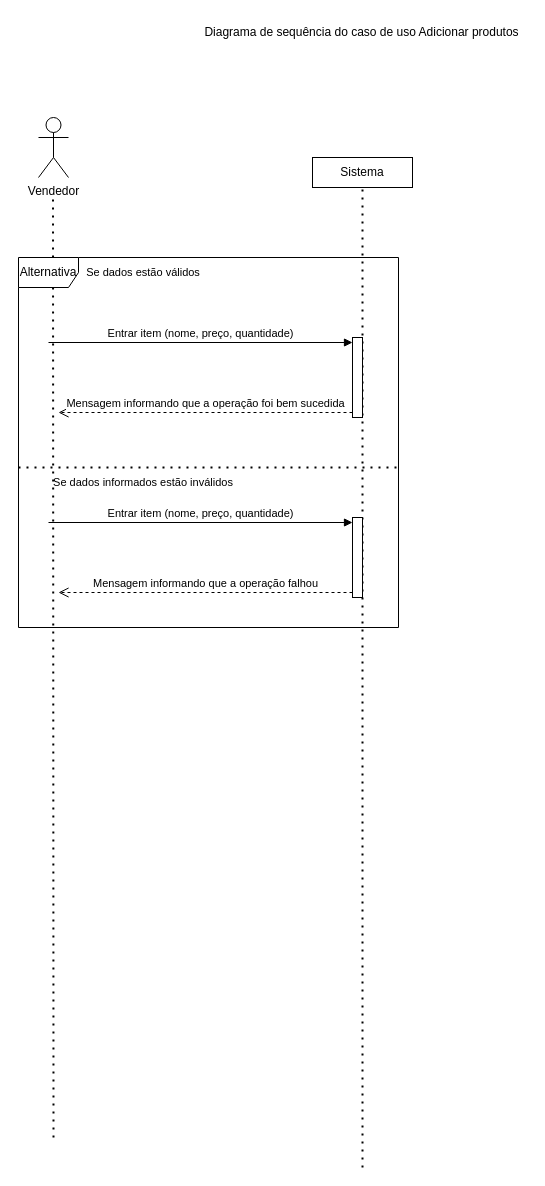
The draw.io diagram CASOS_DE_USO/DIAGRAMAS_SEQUENCIA/dss_adicionar_produto.drawio in guifrazao/PROJETO_ESW1, before the edit. Source tidied: cells renumbered, new cells numbered last; positions are measured from the earlier drawing's top-left corner, leaving out a move shared by most shapes. Both pictures are drawn from the tidied source at 100%, with x=0, y=0 at pixel (18, 17).
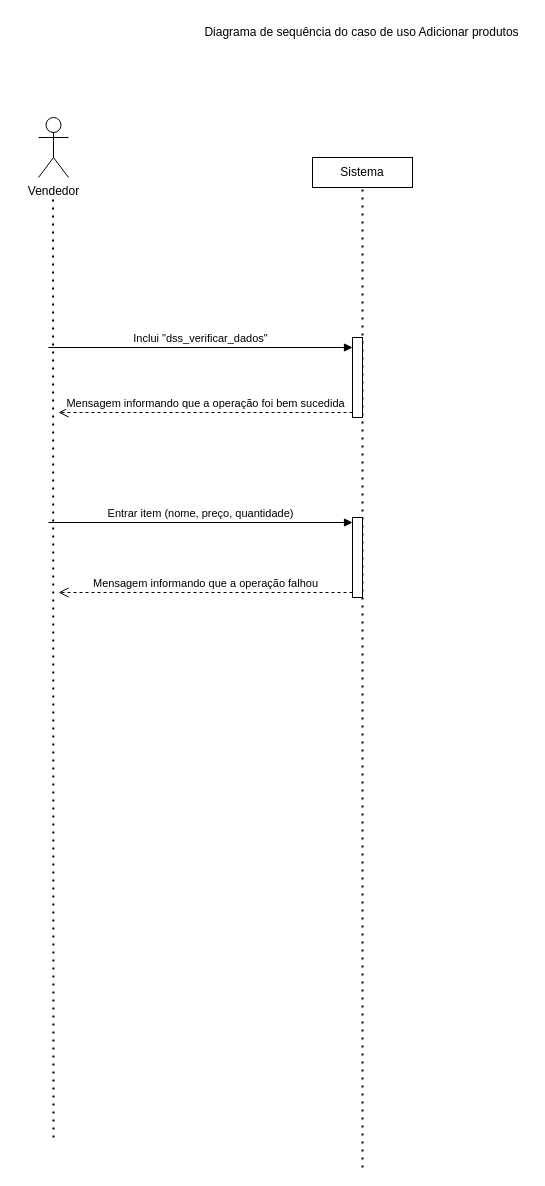
Above is the later version.

Unchanged cells that the change refers to:
```xml
<mxCell id="7" style="html=1;points=[[0,0,0,0,5],[0,1,0,0,-5],[1,0,0,0,5],[1,1,0,0,-5]];perimeter=orthogonalPerimeter;outlineConnect=0;targetShapes=umlLifeline;portConstraint=eastwest;newEdgeStyle={&quot;curved&quot;:0,&quot;rounded&quot;:0};" parent="1" vertex="1">
  <mxGeometry x="334" y="320" width="10" height="80" as="geometry" />
</mxCell>
```

The edit, as a diff of the source:
```diff
@@
-    <mxCell id="8" value="Entrar item (nome, preço, quantidade)" style="html=1;verticalAlign=bottom;endArrow=block;curved=0;rounded=0;entryX=0;entryY=0;entryDx=0;entryDy=5;" parent="1" edge="1" target="7">
-      <mxGeometry relative="1" as="geometry">
-        <mxPoint x="30" y="325" as="sourcePoint" />
-      </mxGeometry>
-    </mxCell>
@@
-    <mxCell id="10" value="Alternativa" style="shape=umlFrame;whiteSpace=wrap;html=1;" parent="1" vertex="1">
-      <mxGeometry y="240" width="380" height="370" as="geometry" />
-    </mxCell>
-    <mxCell id="11" value="&lt;font style=&quot;font-size: 11px;&quot;&gt;Se dados estão válidos&lt;/font&gt;" style="text;html=1;align=center;verticalAlign=middle;whiteSpace=wrap;rounded=0;" parent="1" vertex="1">
-      <mxGeometry x="60" y="240" width="130" height="30" as="geometry" />
-    </mxCell>
@@
-    <mxCell id="15" style="endArrow=none;dashed=1;html=1;dashPattern=1 3;strokeWidth=2;rounded=0;entryX=1;entryY=0.649;entryDx=0;entryDy=0;entryPerimeter=0;" parent="1" edge="1">
-      <mxGeometry relative="1" as="geometry">
-        <mxPoint y="450" as="sourcePoint" />
-        <mxPoint x="380" y="450.1" as="targetPoint" />
-      </mxGeometry>
-    </mxCell>
-    <mxCell id="16" value="&lt;span style=&quot;font-size: 11px;&quot;&gt;Se dados informados estão inválidos&lt;/span&gt;" style="text;html=1;align=center;verticalAlign=middle;whiteSpace=wrap;rounded=0;" parent="1" vertex="1">
-      <mxGeometry x="30" y="450" width="190" height="30" as="geometry" />
-    </mxCell>
+    <mxCell id="17" value="Inclui &quot;dss_verificar_dados&quot;" style="html=1;verticalAlign=bottom;endArrow=block;curved=0;rounded=0;entryX=0;entryY=0;entryDx=0;entryDy=5;" parent="1" edge="1">
+      <mxGeometry relative="1" as="geometry">
+        <mxPoint x="30" y="330" as="sourcePoint" />
+        <mxPoint x="334" y="330" as="targetPoint" />
+      </mxGeometry>
+    </mxCell>
```
